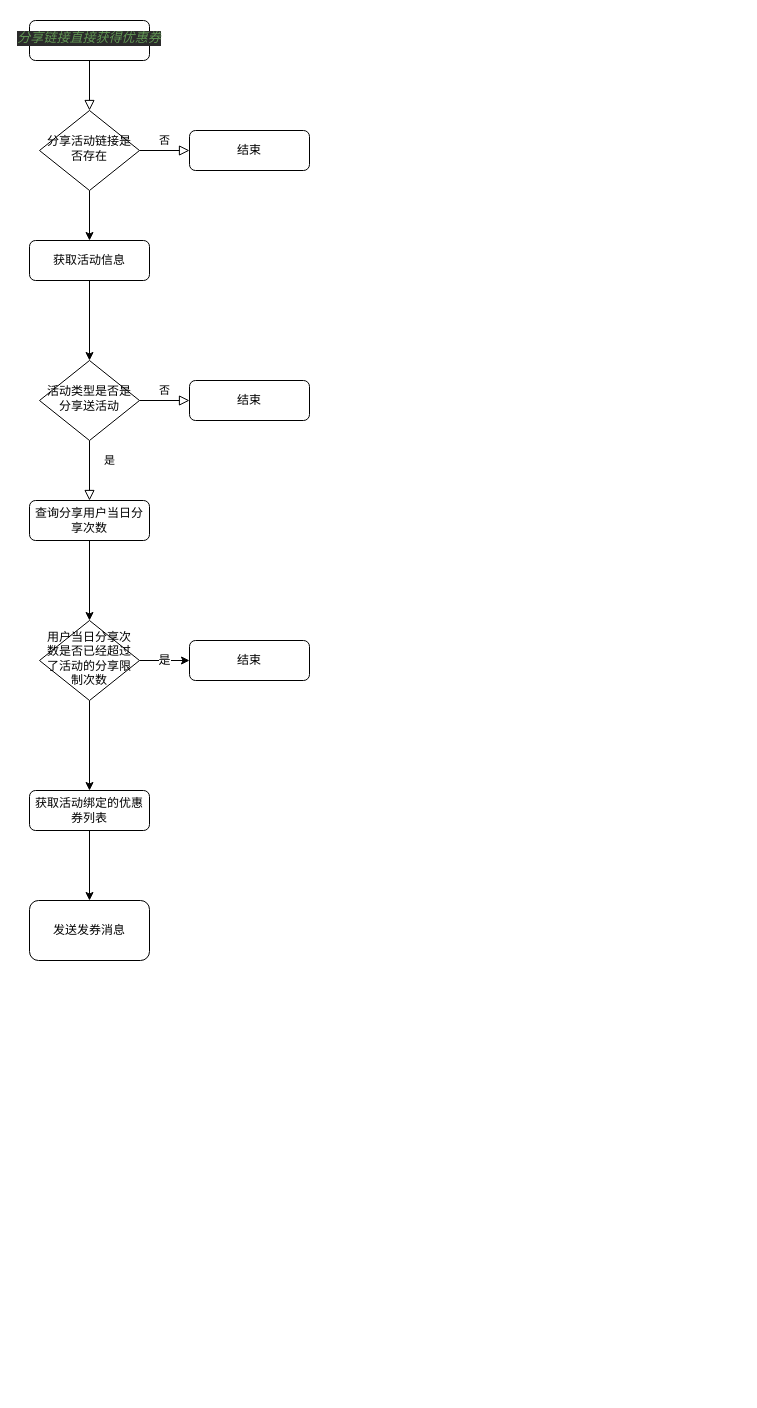
Above: 发放优惠券的各类流程.drawio in Aias00/drawio (draw.io), before the change. Source tidied: cells renumbered, new cells numbered last; positions are measured from the earlier drawing's top-left corner, leaving out a move shared by most shapes. Both pictures are drawn from the tidied source at 100%, with x=0, y=0 at pixel (29, 20).
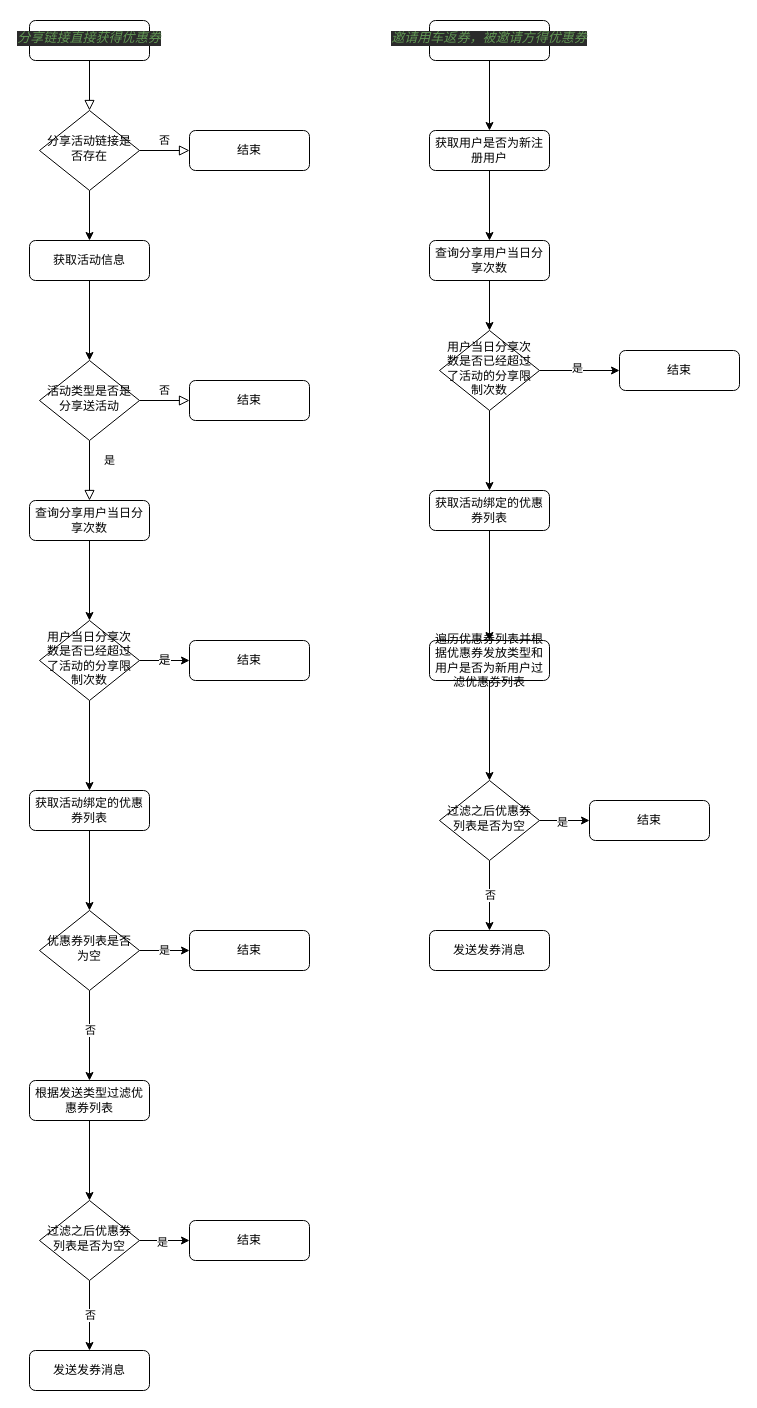
The same diagram, later.

Commit message:
更新发放优惠券的各类流程.drawio

The change refers to these unchanged cells:
```xml
<mxCell id="21" value="获取活动绑定的优惠券列表" style="rounded=1;whiteSpace=wrap;html=1;fontSize=12;glass=0;strokeWidth=1;shadow=0;" parent="1" vertex="1">
  <mxGeometry y="770" width="120" height="40" as="geometry" />
</mxCell>
```

Diff of the diagram source:
```diff
@@
-    <mxCell id="20" style="edgeStyle=orthogonalEdgeStyle;rounded=0;jettySize=auto;html=1;fontFamily=Helvetica;fontSize=12;fontColor=default;" parent="1" edge="1" source="21" target="22">
-      <mxGeometry relative="1" as="geometry" />
-    </mxCell>
+    <mxCell id="23" style="edgeStyle=orthogonalEdgeStyle;rounded=0;jettySize=auto;html=1;exitX=0.5;exitY=1;exitDx=0;exitDy=0;entryX=0.5;entryY=0;entryDx=0;entryDy=0;" parent="1" edge="1" source="21" target="40">
+      <mxGeometry relative="1" as="geometry" />
+    </mxCell>
@@
-    <mxCell id="22" value="发送发券消息" style="whiteSpace=wrap;html=1;rounded=1;glass=0;strokeWidth=1;shadow=0;" parent="1" vertex="1">
-      <mxGeometry y="880" width="120" height="60" as="geometry" />
-    </mxCell>
+    <mxCell id="24" style="edgeStyle=orthogonalEdgeStyle;rounded=0;jettySize=auto;html=1;exitX=0.5;exitY=1;exitDx=0;exitDy=0;entryX=0.5;entryY=0;entryDx=0;entryDy=0;" parent="1" edge="1" source="25" target="52">
+      <mxGeometry relative="1" as="geometry" />
+    </mxCell>
+    <mxCell id="25" value="&lt;pre style=&quot;background-color: rgb(43 , 43 , 43) ; color: rgb(169 , 183 , 198) ; font-family: , monospace ; font-size: 9.8pt&quot;&gt;&lt;pre style=&quot;font-family: , monospace ; font-size: 9.8pt&quot;&gt;&lt;span style=&quot;color: #629755 ; font-style: italic&quot;&gt;邀请用车返券，被邀请方得优惠券&lt;/span&gt;&lt;/pre&gt;&lt;/pre&gt;" style="rounded=1;whiteSpace=wrap;html=1;fontSize=12;glass=0;strokeWidth=1;shadow=0;spacing=6;spacingTop=-4;" parent="1" vertex="1">
+      <mxGeometry x="400" width="120" height="40" as="geometry" />
+    </mxCell>
+    <mxCell id="26" style="edgeStyle=orthogonalEdgeStyle;rounded=0;jettySize=auto;html=1;exitX=0.5;exitY=1;exitDx=0;exitDy=0;entryX=0.5;entryY=0;entryDx=0;entryDy=0;" parent="1" edge="1" source="27" target="31">
+      <mxGeometry relative="1" as="geometry" />
+    </mxCell>
+    <mxCell id="27" value="查询分享用户当日分享次数" style="rounded=1;whiteSpace=wrap;html=1;fontSize=12;glass=0;strokeWidth=1;shadow=0;" parent="1" vertex="1">
+      <mxGeometry x="400" y="220" width="120" height="40" as="geometry" />
+    </mxCell>
+    <mxCell id="28" style="edgeStyle=orthogonalEdgeStyle;rounded=0;jettySize=auto;html=1;exitX=1;exitY=0.5;exitDx=0;exitDy=0;" parent="1" edge="1" source="31" target="32">
+      <mxGeometry relative="1" as="geometry" />
+    </mxCell>
+    <mxCell id="29" value="是" style="edgeLabel;html=1;align=center;verticalAlign=middle;" parent="28" vertex="1">
+      <mxGeometry x="-0.07" y="3" relative="1" as="geometry" />
+    </mxCell>
+    <mxCell id="30" style="edgeStyle=orthogonalEdgeStyle;rounded=0;jettySize=auto;html=1;exitX=0.5;exitY=1;exitDx=0;exitDy=0;" parent="1" edge="1" source="31" target="34">
+      <mxGeometry relative="1" as="geometry" />
+    </mxCell>
+    <mxCell id="31" value="用户当日分享次数是否已经超过了活动的分享限制次数" style="rhombus;whiteSpace=wrap;html=1;shadow=0;fontFamily=Helvetica;fontSize=12;align=center;strokeWidth=1;spacing=6;spacingTop=-4;" parent="1" vertex="1">
+      <mxGeometry x="410" y="310" width="100" height="80" as="geometry" />
+    </mxCell>
+    <mxCell id="32" value="结束" style="rounded=1;whiteSpace=wrap;html=1;fontSize=12;glass=0;strokeWidth=1;shadow=0;" parent="1" vertex="1">
+      <mxGeometry x="590" y="330" width="120" height="40" as="geometry" />
+    </mxCell>
+    <mxCell id="33" style="edgeStyle=orthogonalEdgeStyle;rounded=0;jettySize=auto;html=1;exitX=0.5;exitY=1;exitDx=0;exitDy=0;entryX=0.5;entryY=0;entryDx=0;entryDy=0;" parent="1" edge="1" source="34" target="36">
+      <mxGeometry relative="1" as="geometry" />
+    </mxCell>
+    <mxCell id="34" value="获取活动绑定的优惠券列表" style="rounded=1;whiteSpace=wrap;html=1;fontSize=12;glass=0;strokeWidth=1;shadow=0;" parent="1" vertex="1">
+      <mxGeometry x="400" y="470" width="120" height="40" as="geometry" />
+    </mxCell>
+    <mxCell id="35" style="edgeStyle=orthogonalEdgeStyle;rounded=0;jettySize=auto;html=1;exitX=0.5;exitY=1;exitDx=0;exitDy=0;entryX=0.5;entryY=0;entryDx=0;entryDy=0;" parent="1" edge="1" source="36" target="57">
+      <mxGeometry relative="1" as="geometry" />
+    </mxCell>
+    <mxCell id="36" value="遍历优惠券列表并根据优惠券发放类型和用户是否为新用户过滤优惠券列表" style="rounded=1;whiteSpace=wrap;html=1;fontSize=12;glass=0;strokeWidth=1;shadow=0;" parent="1" vertex="1">
+      <mxGeometry x="400" y="620" width="120" height="40" as="geometry" />
+    </mxCell>
+    <mxCell id="37" value="是" style="edgeStyle=orthogonalEdgeStyle;rounded=0;jettySize=auto;html=1;exitX=1;exitY=0.5;exitDx=0;exitDy=0;" parent="1" edge="1" source="40" target="41">
+      <mxGeometry relative="1" as="geometry" />
+    </mxCell>
+    <mxCell id="38" style="edgeStyle=orthogonalEdgeStyle;rounded=0;jettySize=auto;html=1;exitX=0.5;exitY=1;exitDx=0;exitDy=0;entryX=0.5;entryY=0;entryDx=0;entryDy=0;" parent="1" edge="1" source="40" target="43">
+      <mxGeometry relative="1" as="geometry" />
+    </mxCell>
+    <mxCell id="39" value="否" style="edgeLabel;html=1;align=center;verticalAlign=middle;" parent="38" vertex="1">
+      <mxGeometry x="-0.14" relative="1" as="geometry" />
+    </mxCell>
+    <mxCell id="40" value="优惠券列表是否为空" style="rhombus;whiteSpace=wrap;html=1;shadow=0;fontFamily=Helvetica;fontSize=12;align=center;strokeWidth=1;spacing=6;spacingTop=-4;" parent="1" vertex="1">
+      <mxGeometry x="10" y="890" width="100" height="80" as="geometry" />
+    </mxCell>
+    <mxCell id="41" value="结束" style="rounded=1;whiteSpace=wrap;html=1;fontSize=12;glass=0;strokeWidth=1;shadow=0;" parent="1" vertex="1">
+      <mxGeometry x="160" y="910" width="120" height="40" as="geometry" />
+    </mxCell>
+    <mxCell id="42" style="edgeStyle=orthogonalEdgeStyle;rounded=0;jettySize=auto;html=1;exitX=0.5;exitY=1;exitDx=0;exitDy=0;entryX=0.5;entryY=0;entryDx=0;entryDy=0;" parent="1" edge="1" source="43" target="48">
+      <mxGeometry relative="1" as="geometry" />
+    </mxCell>
+    <mxCell id="43" value="根据发送类型过滤优惠券列表" style="rounded=1;whiteSpace=wrap;html=1;fontSize=12;glass=0;strokeWidth=1;shadow=0;" parent="1" vertex="1">
+      <mxGeometry y="1060" width="120" height="40" as="geometry" />
+    </mxCell>
+    <mxCell id="44" style="edgeStyle=orthogonalEdgeStyle;rounded=0;jettySize=auto;html=1;exitX=1;exitY=0.5;exitDx=0;exitDy=0;entryX=0;entryY=0.5;entryDx=0;entryDy=0;" parent="1" edge="1" source="48" target="49">
+      <mxGeometry relative="1" as="geometry" />
+    </mxCell>
+    <mxCell id="45" value="是" style="edgeLabel;html=1;align=center;verticalAlign=middle;" parent="44" vertex="1">
+      <mxGeometry x="-0.12" relative="1" as="geometry">
+        <mxPoint y="1" as="offset" />
+      </mxGeometry>
+    </mxCell>
+    <mxCell id="46" style="edgeStyle=orthogonalEdgeStyle;rounded=0;jettySize=auto;html=1;exitX=0.5;exitY=1;exitDx=0;exitDy=0;entryX=0.5;entryY=0;entryDx=0;entryDy=0;" parent="1" edge="1" source="48" target="50">
+      <mxGeometry relative="1" as="geometry" />
+    </mxCell>
+    <mxCell id="47" value="否" style="edgeLabel;html=1;align=center;verticalAlign=middle;" parent="46" vertex="1">
+      <mxGeometry x="-0.03" relative="1" as="geometry" />
+    </mxCell>
+    <mxCell id="48" value="过滤之后优惠券列表是否为空" style="rhombus;whiteSpace=wrap;html=1;shadow=0;fontFamily=Helvetica;fontSize=12;align=center;strokeWidth=1;spacing=6;spacingTop=-4;" parent="1" vertex="1">
+      <mxGeometry x="10" y="1180" width="100" height="80" as="geometry" />
+    </mxCell>
+    <mxCell id="49" value="结束" style="rounded=1;whiteSpace=wrap;html=1;fontSize=12;glass=0;strokeWidth=1;shadow=0;" parent="1" vertex="1">
+      <mxGeometry x="160" y="1200" width="120" height="40" as="geometry" />
+    </mxCell>
+    <mxCell id="50" value="发送发券消息" style="rounded=1;whiteSpace=wrap;html=1;fontSize=12;glass=0;strokeWidth=1;shadow=0;" parent="1" vertex="1">
+      <mxGeometry y="1330" width="120" height="40" as="geometry" />
+    </mxCell>
+    <mxCell id="51" style="edgeStyle=orthogonalEdgeStyle;rounded=0;jettySize=auto;html=1;exitX=0.5;exitY=1;exitDx=0;exitDy=0;entryX=0.5;entryY=0;entryDx=0;entryDy=0;" parent="1" edge="1" source="52" target="27">
+      <mxGeometry relative="1" as="geometry" />
+    </mxCell>
+    <mxCell id="52" value="获取用户是否为新注册用户" style="rounded=1;whiteSpace=wrap;html=1;fontSize=12;glass=0;strokeWidth=1;shadow=0;" parent="1" vertex="1">
+      <mxGeometry x="400" y="110" width="120" height="40" as="geometry" />
+    </mxCell>
+    <mxCell id="53" style="edgeStyle=orthogonalEdgeStyle;rounded=0;jettySize=auto;html=1;exitX=1;exitY=0.5;exitDx=0;exitDy=0;entryX=0;entryY=0.5;entryDx=0;entryDy=0;" parent="1" edge="1" source="57" target="58">
+      <mxGeometry relative="1" as="geometry" />
+    </mxCell>
+    <mxCell id="54" value="是" style="edgeLabel;html=1;align=center;verticalAlign=middle;" parent="53" vertex="1">
+      <mxGeometry x="-0.12" relative="1" as="geometry">
+        <mxPoint y="1" as="offset" />
+      </mxGeometry>
+    </mxCell>
+    <mxCell id="55" style="edgeStyle=orthogonalEdgeStyle;rounded=0;jettySize=auto;html=1;exitX=0.5;exitY=1;exitDx=0;exitDy=0;entryX=0.5;entryY=0;entryDx=0;entryDy=0;" parent="1" edge="1" source="57" target="59">
+      <mxGeometry relative="1" as="geometry" />
+    </mxCell>
+    <mxCell id="56" value="否" style="edgeLabel;html=1;align=center;verticalAlign=middle;" parent="55" vertex="1">
+      <mxGeometry x="-0.03" relative="1" as="geometry" />
+    </mxCell>
+    <mxCell id="57" value="过滤之后优惠券列表是否为空" style="rhombus;whiteSpace=wrap;html=1;shadow=0;fontFamily=Helvetica;fontSize=12;align=center;strokeWidth=1;spacing=6;spacingTop=-4;" parent="1" vertex="1">
+      <mxGeometry x="410" y="760" width="100" height="80" as="geometry" />
+    </mxCell>
+    <mxCell id="58" value="结束" style="rounded=1;whiteSpace=wrap;html=1;fontSize=12;glass=0;strokeWidth=1;shadow=0;" parent="1" vertex="1">
+      <mxGeometry x="560" y="780" width="120" height="40" as="geometry" />
+    </mxCell>
+    <mxCell id="59" value="发送发券消息" style="rounded=1;whiteSpace=wrap;html=1;fontSize=12;glass=0;strokeWidth=1;shadow=0;" parent="1" vertex="1">
+      <mxGeometry x="400" y="910" width="120" height="40" as="geometry" />
+    </mxCell>
```
